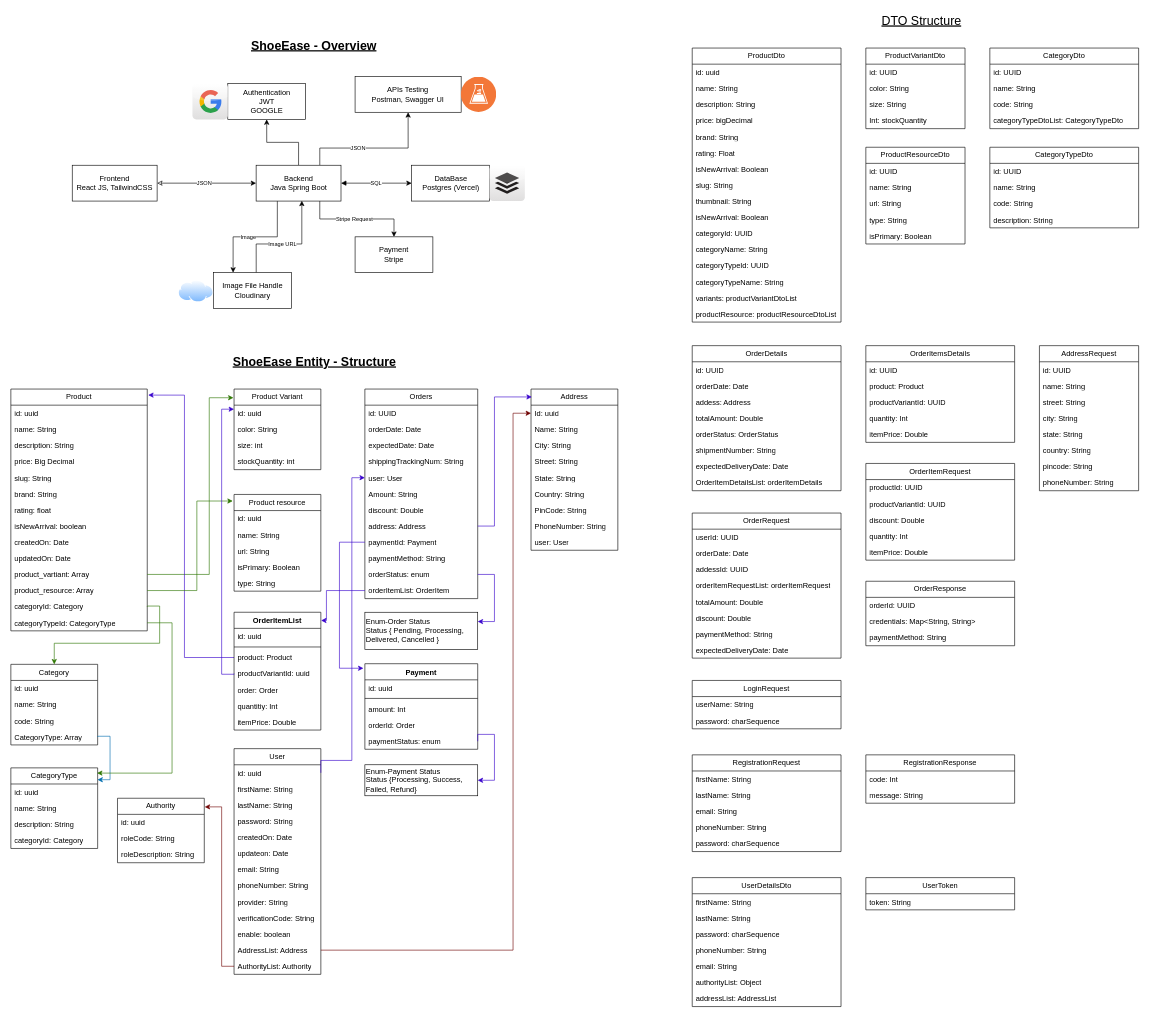
The draw.io diagram ShopEase.drawio in Nikhil-keshri2213/DSA_Practice_Skills, before the edit. Source tidied: cells renumbered, new cells numbered last; positions are measured from the earlier drawing's top-left corner, leaving out a move shared by most shapes. Both pictures are drawn from the tidied source at 62%, with x=0, y=0 at pixel (11, 11).
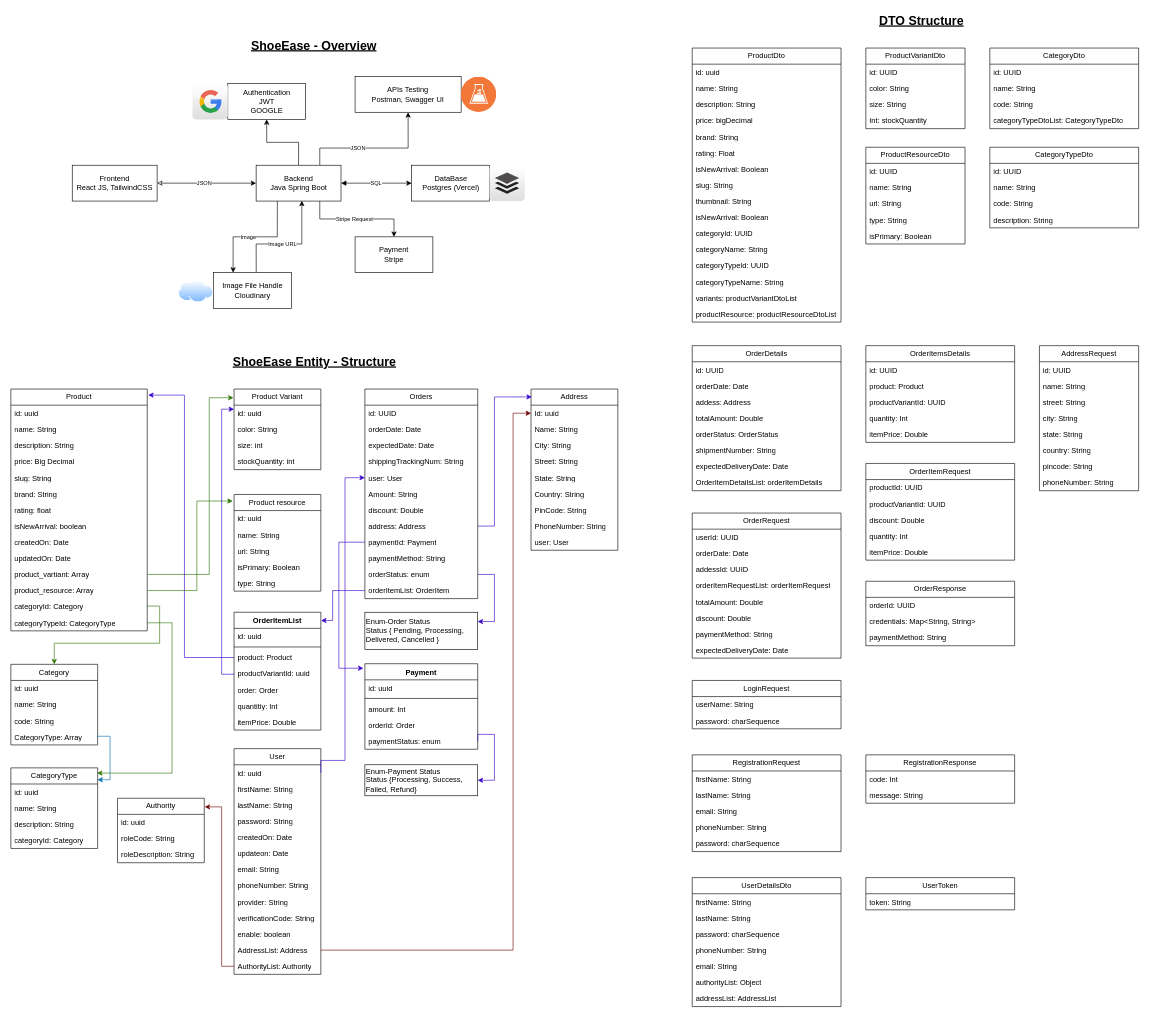
Above is the later version.

Unchanged cells that the change refers to:
```xml
<mxCell id="2" style="group;strokeColor=none;" parent="1" vertex="1">
  <mxGeometry y="610" width="979" height="944" as="geometry" />
</mxCell>
<mxCell id="8" value="user: User" style="text;strokeColor=none;fillColor=none;align=left;verticalAlign=top;spacingLeft=4;spacingRight=4;overflow=hidden;points=[[0,0.5],[1,0.5]];portConstraint=eastwest;whiteSpace=wrap;html=1;" parent="3" vertex="1">
  <mxGeometry y="130" width="182" height="26" as="geometry" />
</mxCell>
<mxCell id="12" value="paymentId: Payment" style="text;strokeColor=none;fillColor=none;align=left;verticalAlign=top;spacingLeft=4;spacingRight=4;overflow=hidden;points=[[0,0.5],[1,0.5]];portConstraint=eastwest;whiteSpace=wrap;html=1;" parent="3" vertex="1">
  <mxGeometry y="234" width="182" height="26" as="geometry" />
</mxCell>
<mxCell id="15" value="orderItemList: OrderItem" style="text;strokeColor=none;fillColor=none;align=left;verticalAlign=top;spacingLeft=4;spacingRight=4;overflow=hidden;points=[[0,0.5],[1,0.5]];portConstraint=eastwest;whiteSpace=wrap;html=1;" parent="3" vertex="1">
  <mxGeometry y="312" width="182" height="26" as="geometry" />
</mxCell>
<mxCell id="65" value="Payment" style="swimlane;fontStyle=1;align=center;verticalAlign=top;horizontal=1;startSize=26;whiteSpace=wrap;html=1;" parent="2" vertex="1">
  <mxGeometry x="571" y="443" width="182" height="138" as="geometry" />
</mxCell>
<mxCell id="77" value="OrderItemList" style="swimlane;fontStyle=1;align=center;verticalAlign=top;horizontal=1;startSize=26;whiteSpace=wrap;html=1;" parent="2" vertex="1">
  <mxGeometry x="360" y="360" width="140" height="190" as="geometry" />
</mxCell>
<mxCell id="90" value="id: uuid" style="text;strokeColor=none;fillColor=none;align=left;verticalAlign=top;spacingLeft=4;spacingRight=4;overflow=hidden;points=[[0,0.5],[1,0.5]];portConstraint=eastwest;whiteSpace=wrap;html=1;" parent="89" vertex="1">
  <mxGeometry y="26" width="140" height="26" as="geometry" />
</mxCell>
```

Change to the diagram source:
```diff
@@
     <mxCell id="73" style="edgeStyle=orthogonalEdgeStyle;rounded=0;jettySize=auto;html=1;exitX=0;exitY=0.5;exitDx=0;exitDy=0;entryX=-0.013;entryY=0.053;entryDx=0;entryDy=0;entryPerimeter=0;fillColor=#6a00ff;strokeColor=#3700CC;" parent="2" edge="1" source="12" target="65">
       <mxGeometry relative="1" as="geometry">
         <Array as="points">
-          <mxPoint x="530" y="247" />
-          <mxPoint x="530" y="450" />
+          <mxPoint x="529" y="247" />
+          <mxPoint x="529" y="450" />
         </Array>
       </mxGeometry>
     </mxCell>
@@
     <mxCell id="103" style="edgeStyle=orthogonalEdgeStyle;rounded=0;jettySize=auto;html=1;exitX=0;exitY=0.5;exitDx=0;exitDy=0;entryX=1.003;entryY=0.07;entryDx=0;entryDy=0;entryPerimeter=0;fillColor=#6a00ff;strokeColor=#3700CC;" parent="2" edge="1" source="15" target="77">
       <mxGeometry relative="1" as="geometry">
         <Array as="points">
-          <mxPoint x="509" y="325" />
-          <mxPoint x="509" y="373" />
+          <mxPoint x="519" y="325" />
+          <mxPoint x="519" y="373" />
         </Array>
       </mxGeometry>
     </mxCell>
@@
     <mxCell id="110" style="edgeStyle=orthogonalEdgeStyle;rounded=0;jettySize=auto;html=1;exitX=1;exitY=0.5;exitDx=0;exitDy=0;entryX=0;entryY=0.5;entryDx=0;entryDy=0;fillColor=#6a00ff;strokeColor=#3700CC;" parent="2" edge="1" source="90" target="8">
       <mxGeometry relative="1" as="geometry">
         <Array as="points">
-          <mxPoint x="550" y="599" />
-          <mxPoint x="550" y="143" />
+          <mxPoint x="500" y="599" />
+          <mxPoint x="539" y="599" />
+          <mxPoint x="539" y="143" />
         </Array>
       </mxGeometry>
     </mxCell>
@@
-    <mxCell id="241" value="&lt;font style=&quot;font-size: 20px;&quot;&gt;&lt;u style=&quot;&quot;&gt;DTO Structure&lt;/u&gt;&lt;/font&gt;" style="text;html=1;whiteSpace=wrap;strokeColor=none;fillColor=none;align=center;verticalAlign=middle;rounded=0;" parent="1" vertex="1">
+    <mxCell id="241" value="&lt;font style=&quot;font-size: 20px;&quot;&gt;&lt;u style=&quot;&quot;&gt;DTO Structure&lt;/u&gt;&lt;/font&gt;" style="text;html=1;whiteSpace=wrap;strokeColor=none;fillColor=none;align=center;verticalAlign=middle;rounded=0;fontStyle=1;" parent="1" vertex="1">
       <mxGeometry x="1379" width="180" height="30" as="geometry" />
     </mxCell>
```
